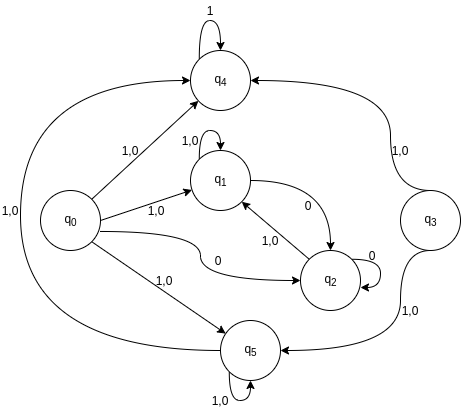
Earlier version of the draw.io export public/automataFN.png (Yony6041/automatasClass). Source tidied: cells renumbered, new cells last; positions are measured from the earlier drawing's top-left corner, leaving out a move shared by most shapes. Source of this version:
```xml
<mxGraphModel>
  <root>
    <mxCell id="0" />
    <mxCell id="1" parent="0" />
    <mxCell id="2" style="edgeStyle=orthogonalEdgeStyle;curved=1;rounded=0;jettySize=auto;html=1;exitX=1;exitY=0.5;exitDx=0;exitDy=0;entryX=0.5;entryY=0;entryDx=0;entryDy=0;" parent="1" edge="1" source="3" target="10">
      <mxGeometry relative="1" as="geometry" />
    </mxCell>
    <mxCell id="3" value="q&lt;sub&gt;1&lt;/sub&gt;" style="shape=ellipse;html=1;dashed=0;whitespace=wrap;perimeter=ellipsePerimeter;" parent="1" vertex="1">
      <mxGeometry x="190" y="150" width="60" height="60" as="geometry" />
    </mxCell>
    <mxCell id="4" style="rounded=0;jettySize=auto;html=1;exitX=1;exitY=0;exitDx=0;exitDy=0;" parent="1" edge="1" source="8" target="14">
      <mxGeometry relative="1" as="geometry" />
    </mxCell>
    <mxCell id="5" style="edgeStyle=none;rounded=0;jettySize=auto;html=1;exitX=1;exitY=1;exitDx=0;exitDy=0;" parent="1" edge="1" source="8" target="16">
      <mxGeometry relative="1" as="geometry" />
    </mxCell>
    <mxCell id="6" style="edgeStyle=none;rounded=0;jettySize=auto;html=1;exitX=1;exitY=0.5;exitDx=0;exitDy=0;" parent="1" edge="1" source="8" target="3">
      <mxGeometry relative="1" as="geometry" />
    </mxCell>
    <mxCell id="7" style="edgeStyle=orthogonalEdgeStyle;curved=1;rounded=0;jettySize=auto;html=1;entryX=0;entryY=0.5;entryDx=0;entryDy=0;exitX=1;exitY=0.683;exitDx=0;exitDy=0;exitPerimeter=0;" parent="1" edge="1" source="8" target="10">
      <mxGeometry relative="1" as="geometry" />
    </mxCell>
    <mxCell id="8" value="q&lt;sub&gt;0&lt;/sub&gt;" style="shape=ellipse;html=1;dashed=0;whitespace=wrap;perimeter=ellipsePerimeter;" parent="1" vertex="1">
      <mxGeometry x="40" y="190" width="60" height="60" as="geometry" />
    </mxCell>
    <mxCell id="9" style="rounded=0;jettySize=auto;html=1;exitX=0;exitY=0;exitDx=0;exitDy=0;entryX=1;entryY=1;entryDx=0;entryDy=0;" parent="1" edge="1" source="10" target="3">
      <mxGeometry relative="1" as="geometry" />
    </mxCell>
    <mxCell id="10" value="q&lt;sub&gt;2&lt;/sub&gt;" style="shape=ellipse;html=1;dashed=0;whitespace=wrap;perimeter=ellipsePerimeter;" parent="1" vertex="1">
      <mxGeometry x="300" y="250" width="60" height="60" as="geometry" />
    </mxCell>
    <mxCell id="11" style="edgeStyle=orthogonalEdgeStyle;curved=1;rounded=0;jettySize=auto;html=1;exitX=0.5;exitY=0;exitDx=0;exitDy=0;entryX=1;entryY=0.5;entryDx=0;entryDy=0;" parent="1" edge="1" source="13" target="14">
      <mxGeometry relative="1" as="geometry">
        <Array as="points">
          <mxPoint x="390" y="190" />
          <mxPoint x="390" y="80" />
        </Array>
      </mxGeometry>
    </mxCell>
    <mxCell id="12" style="edgeStyle=orthogonalEdgeStyle;curved=1;rounded=0;jettySize=auto;html=1;exitX=0.5;exitY=1;exitDx=0;exitDy=0;entryX=1;entryY=0.5;entryDx=0;entryDy=0;" parent="1" edge="1" source="13" target="16">
      <mxGeometry relative="1" as="geometry">
        <Array as="points">
          <mxPoint x="400" y="250" />
          <mxPoint x="400" y="350" />
        </Array>
      </mxGeometry>
    </mxCell>
    <mxCell id="13" value="q&lt;sub&gt;3&lt;/sub&gt;" style="shape=ellipse;html=1;dashed=0;whitespace=wrap;perimeter=ellipsePerimeter;" parent="1" vertex="1">
      <mxGeometry x="400" y="190" width="60" height="60" as="geometry" />
    </mxCell>
    <mxCell id="14" value="q&lt;sub&gt;4&lt;/sub&gt;" style="shape=ellipse;html=1;dashed=0;whitespace=wrap;perimeter=ellipsePerimeter;" parent="1" vertex="1">
      <mxGeometry x="190" y="50" width="60" height="60" as="geometry" />
    </mxCell>
    <mxCell id="15" style="edgeStyle=orthogonalEdgeStyle;curved=1;rounded=0;jettySize=auto;html=1;exitX=0;exitY=0.5;exitDx=0;exitDy=0;entryX=0;entryY=0.5;entryDx=0;entryDy=0;" parent="1" edge="1" source="16" target="14">
      <mxGeometry relative="1" as="geometry">
        <Array as="points">
          <mxPoint x="20" y="350" />
          <mxPoint x="20" y="80" />
        </Array>
      </mxGeometry>
    </mxCell>
    <mxCell id="16" value="q&lt;sub&gt;5&lt;/sub&gt;" style="shape=ellipse;html=1;dashed=0;whitespace=wrap;perimeter=ellipsePerimeter;" parent="1" vertex="1">
      <mxGeometry x="220" y="320" width="60" height="60" as="geometry" />
    </mxCell>
    <mxCell id="17" value="1,0" style="text;html=1;strokeColor=none;fillColor=none;align=center;verticalAlign=middle;whiteSpace=wrap;rounded=0;" parent="1" vertex="1">
      <mxGeometry x="260" y="230" width="20" height="20" as="geometry" />
    </mxCell>
    <mxCell id="18" value="1,0" style="text;html=1;strokeColor=none;fillColor=none;align=center;verticalAlign=middle;whiteSpace=wrap;rounded=0;" parent="1" vertex="1">
      <mxGeometry x="154" y="270" width="20" height="20" as="geometry" />
    </mxCell>
    <mxCell id="19" value="1,0" style="text;html=1;strokeColor=none;fillColor=none;align=center;verticalAlign=middle;whiteSpace=wrap;rounded=0;" parent="1" vertex="1">
      <mxGeometry x="180" y="130" width="20" height="20" as="geometry" />
    </mxCell>
    <mxCell id="20" value="1,0" style="text;html=1;strokeColor=none;fillColor=none;align=center;verticalAlign=middle;whiteSpace=wrap;rounded=0;" parent="1" vertex="1">
      <mxGeometry x="120" y="140" width="20" height="20" as="geometry" />
    </mxCell>
    <mxCell id="21" value="1,0" style="text;html=1;strokeColor=none;fillColor=none;align=center;verticalAlign=middle;whiteSpace=wrap;rounded=0;" parent="1" vertex="1">
      <mxGeometry x="390" y="140" width="20" height="20" as="geometry" />
    </mxCell>
    <mxCell id="22" value="1,0" style="text;html=1;strokeColor=none;fillColor=none;align=center;verticalAlign=middle;whiteSpace=wrap;rounded=0;" parent="1" vertex="1">
      <mxGeometry x="400" y="300" width="20" height="20" as="geometry" />
    </mxCell>
    <mxCell id="23" style="edgeStyle=orthogonalEdgeStyle;curved=1;rounded=0;orthogonalLoop=1;jettySize=auto;html=1;exitX=0;exitY=0;exitDx=0;exitDy=0;entryX=0.5;entryY=0;entryDx=0;entryDy=0;" parent="1" edge="1" source="14" target="14">
      <mxGeometry relative="1" as="geometry">
        <Array as="points">
          <mxPoint x="199" y="20" />
          <mxPoint x="220" y="20" />
        </Array>
      </mxGeometry>
    </mxCell>
    <mxCell id="24" value="1" style="text;html=1;strokeColor=none;fillColor=none;align=center;verticalAlign=middle;whiteSpace=wrap;rounded=0;" parent="1" vertex="1">
      <mxGeometry x="200" width="20" height="20" as="geometry" />
    </mxCell>
    <mxCell id="25" style="edgeStyle=orthogonalEdgeStyle;curved=1;rounded=0;orthogonalLoop=1;jettySize=auto;html=1;exitX=0;exitY=1;exitDx=0;exitDy=0;entryX=0.5;entryY=1;entryDx=0;entryDy=0;" parent="1" edge="1" source="16" target="16">
      <mxGeometry relative="1" as="geometry">
        <Array as="points">
          <mxPoint x="229" y="400" />
          <mxPoint x="250" y="400" />
        </Array>
      </mxGeometry>
    </mxCell>
    <mxCell id="26" value="1,0" style="text;html=1;strokeColor=none;fillColor=none;align=center;verticalAlign=middle;whiteSpace=wrap;rounded=0;" parent="1" vertex="1">
      <mxGeometry x="210" y="390" width="20" height="20" as="geometry" />
    </mxCell>
    <mxCell id="27" value="1,0" style="text;html=1;strokeColor=none;fillColor=none;align=center;verticalAlign=middle;whiteSpace=wrap;rounded=0;" parent="1" vertex="1">
      <mxGeometry y="200" width="20" height="20" as="geometry" />
    </mxCell>
    <mxCell id="28" value="1,0" style="text;html=1;strokeColor=none;fillColor=none;align=center;verticalAlign=middle;whiteSpace=wrap;rounded=0;" parent="1" vertex="1">
      <mxGeometry x="138" y="195" width="36" height="30" as="geometry" />
    </mxCell>
    <mxCell id="29" style="edgeStyle=orthogonalEdgeStyle;curved=1;rounded=0;orthogonalLoop=1;jettySize=auto;html=1;exitX=0;exitY=0;exitDx=0;exitDy=0;entryX=0.5;entryY=0;entryDx=0;entryDy=0;" parent="1" edge="1" source="3" target="3">
      <mxGeometry relative="1" as="geometry">
        <Array as="points">
          <mxPoint x="199" y="130" />
          <mxPoint x="220" y="130" />
        </Array>
      </mxGeometry>
    </mxCell>
    <mxCell id="30" value="0" style="text;html=1;strokeColor=none;fillColor=none;align=center;verticalAlign=middle;whiteSpace=wrap;rounded=0;" parent="1" vertex="1">
      <mxGeometry x="200" y="245" width="36" height="30" as="geometry" />
    </mxCell>
    <mxCell id="31" value="0" style="text;html=1;strokeColor=none;fillColor=none;align=center;verticalAlign=middle;whiteSpace=wrap;rounded=0;" parent="1" vertex="1">
      <mxGeometry x="290" y="190" width="36" height="30" as="geometry" />
    </mxCell>
    <mxCell id="32" style="edgeStyle=orthogonalEdgeStyle;curved=1;rounded=0;jettySize=auto;html=1;exitX=1;exitY=0;exitDx=0;exitDy=0;" parent="1" edge="1" source="10">
      <mxGeometry relative="1" as="geometry">
        <mxPoint x="360" y="287" as="targetPoint" />
        <Array as="points">
          <mxPoint x="380" y="259" />
          <mxPoint x="380" y="287" />
        </Array>
      </mxGeometry>
    </mxCell>
    <mxCell id="33" value="0" style="text;html=1;strokeColor=none;fillColor=none;align=center;verticalAlign=middle;whiteSpace=wrap;rounded=0;" parent="1" vertex="1">
      <mxGeometry x="354" y="240" width="36" height="30" as="geometry" />
    </mxCell>
  </root>
</mxGraphModel>
```
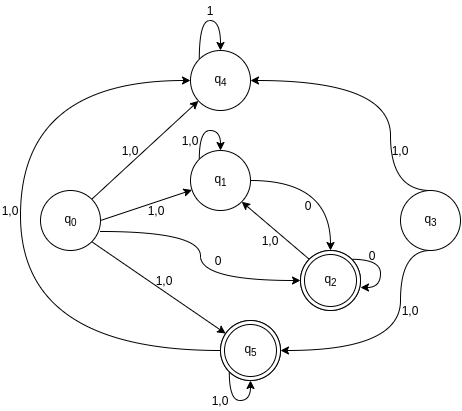
Later version of the same file.

The edit, as a diff of the source:
```diff
@@ -122,17 +122,23 @@
     <mxCell id="31" value="0" style="text;html=1;strokeColor=none;fillColor=none;align=center;verticalAlign=middle;whiteSpace=wrap;rounded=0;" parent="1" vertex="1">
       <mxGeometry x="290" y="190" width="36" height="30" as="geometry" />
     </mxCell>
-    <mxCell id="32" style="edgeStyle=orthogonalEdgeStyle;curved=1;rounded=0;jettySize=auto;html=1;exitX=1;exitY=0;exitDx=0;exitDy=0;" parent="1" edge="1" source="10">
-      <mxGeometry relative="1" as="geometry">
-        <mxPoint x="360" y="287" as="targetPoint" />
-        <Array as="points">
-          <mxPoint x="380" y="259" />
-          <mxPoint x="380" y="287" />
-        </Array>
-      </mxGeometry>
-    </mxCell>
+    <mxCell id="34" style="edgeStyle=orthogonalEdgeStyle;curved=1;rounded=0;jettySize=auto;html=1;exitX=1;exitY=0;exitDx=0;exitDy=0;" parent="1" edge="1" source="10">
+      <mxGeometry relative="1" as="geometry">
+        <mxPoint x="360" y="287" as="targetPoint" />
+        <Array as="points">
+          <mxPoint x="380" y="259" />
+          <mxPoint x="380" y="287" />
+        </Array>
+      </mxGeometry>
+    </mxCell>
     <mxCell id="33" value="0" style="text;html=1;strokeColor=none;fillColor=none;align=center;verticalAlign=middle;whiteSpace=wrap;rounded=0;" parent="1" vertex="1">
       <mxGeometry x="354" y="240" width="36" height="30" as="geometry" />
     </mxCell>
+    <mxCell id="35" value="q&lt;sub&gt;2&lt;/sub&gt;" style="ellipse;shape=doubleEllipse;html=1;dashed=0;whitespace=wrap;" parent="1" vertex="1">
+      <mxGeometry x="300" y="250" width="60" height="60" as="geometry" />
+    </mxCell>
+    <mxCell id="36" value="q&lt;sub&gt;5&lt;/sub&gt;" style="ellipse;shape=doubleEllipse;html=1;dashed=0;whitespace=wrap;" parent="1" vertex="1">
+      <mxGeometry x="220" y="320" width="60" height="60" as="geometry" />
+    </mxCell>
   </root>
 </mxGraphModel>
```
